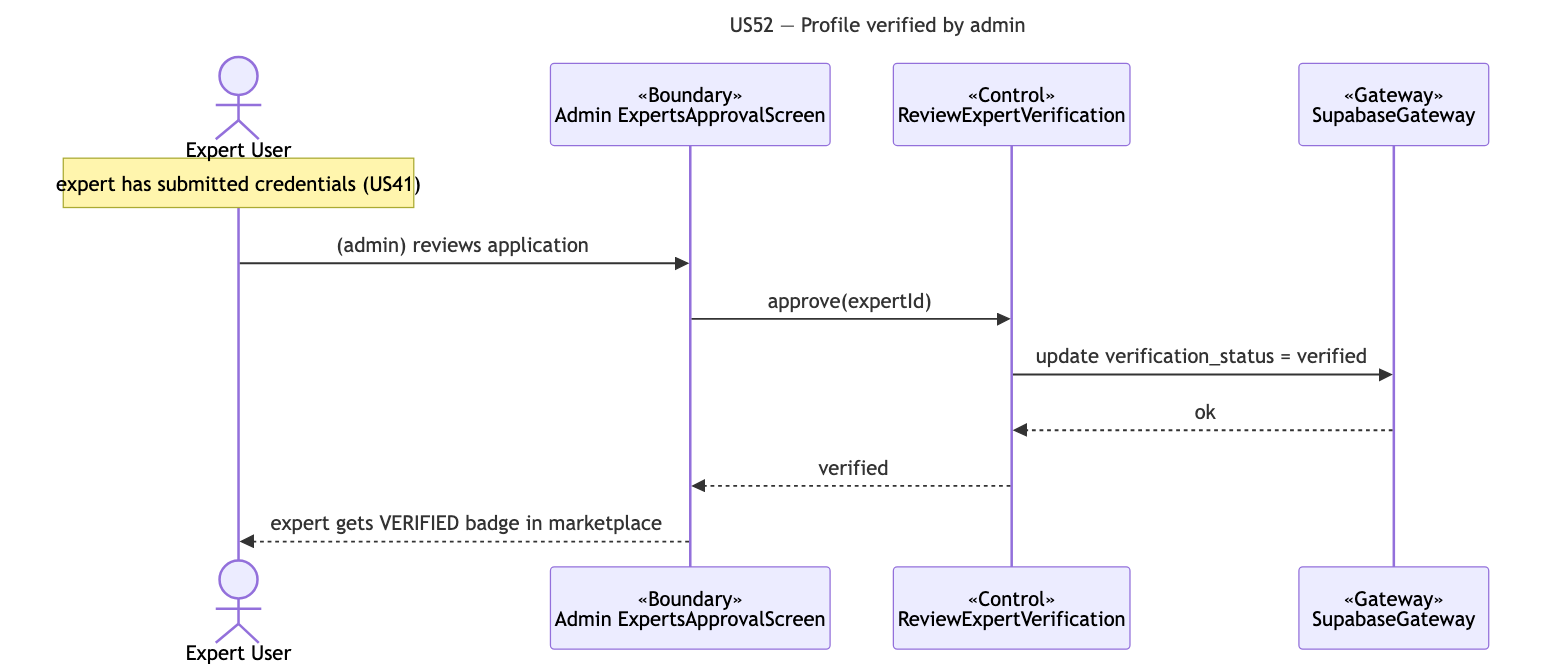
This is docs/deliverables/sequence-diagrams/US52-get-verified.png from cyuanjun/FYP-26-S2-37-app, a Mermaid export, as it was before one commit. Its source is kept beside it as docs/deliverables/sequence-diagrams/src/US52-get-verified.mmd. Source of this version:
```mermaid
---
title: "US52 — Profile verified by admin"
---
sequenceDiagram
  actor A as Expert User
  participant B as «Boundary»<br/>Admin ExpertsApprovalScreen
  participant C as «Control»<br/>ReviewExpertVerification
  participant G as «Gateway»<br/>SupabaseGateway
  note over A: expert has submitted credentials (US41)
  A->>B: (admin) reviews application
  B->>C: approve(expertId)
  C->>G: update verification_status = verified
  G-->>C: ok
  C-->>B: verified
  B-->>A: expert gets VERIFIED badge in marketplace
```
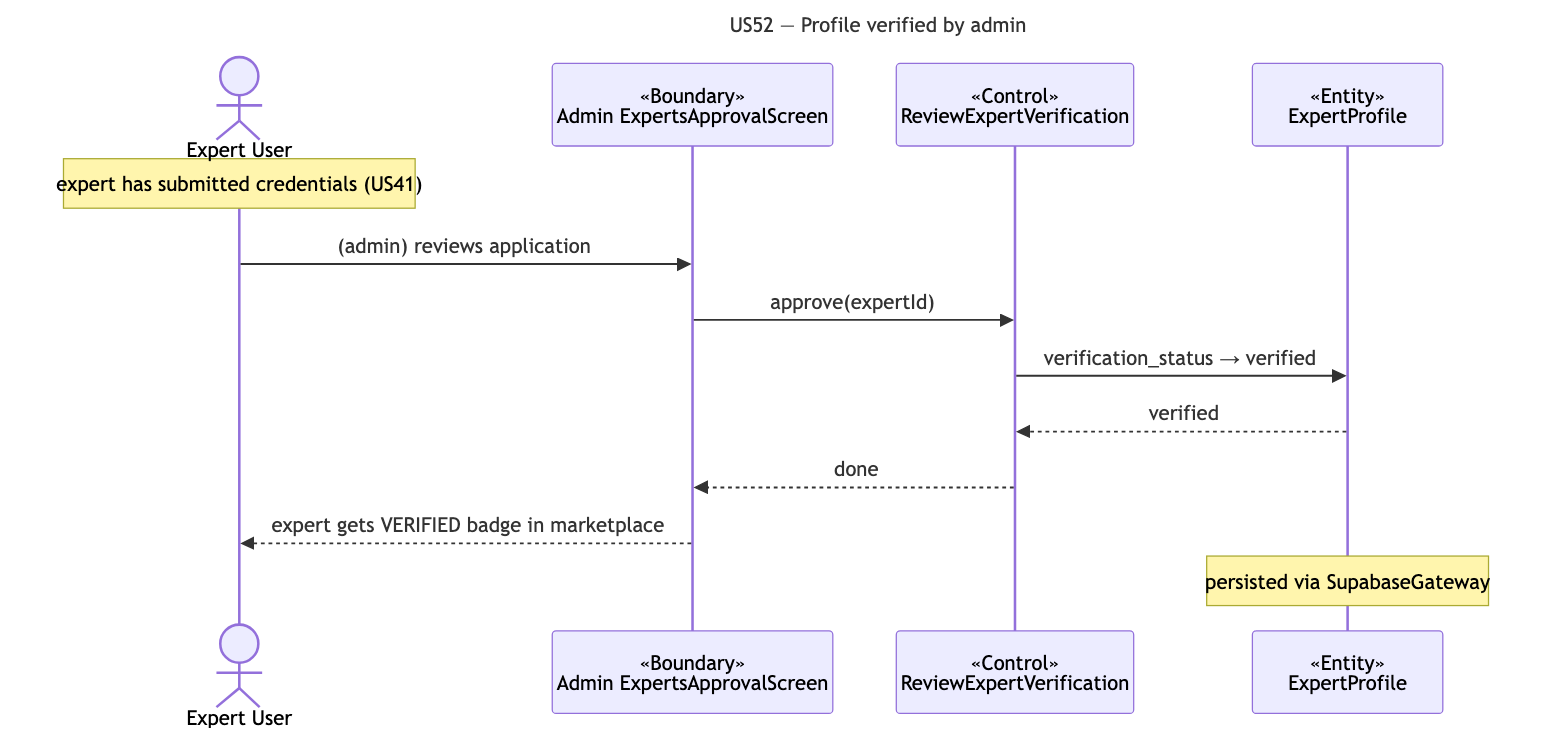
The same file after the commit.

The edit, as a diff of the source:
```diff
@@ -5,11 +5,12 @@
   actor A as Expert User
   participant B as «Boundary»<br/>Admin ExpertsApprovalScreen
   participant C as «Control»<br/>ReviewExpertVerification
-  participant G as «Gateway»<br/>SupabaseGateway
+  participant E as «Entity»<br/>ExpertProfile
   note over A: expert has submitted credentials (US41)
   A->>B: (admin) reviews application
   B->>C: approve(expertId)
-  C->>G: update verification_status = verified
-  G-->>C: ok
-  C-->>B: verified
+  C->>E: verification_status → verified
+  E-->>C: verified
+  C-->>B: done
   B-->>A: expert gets VERIFIED badge in marketplace
+  note over E: persisted via SupabaseGateway
```
